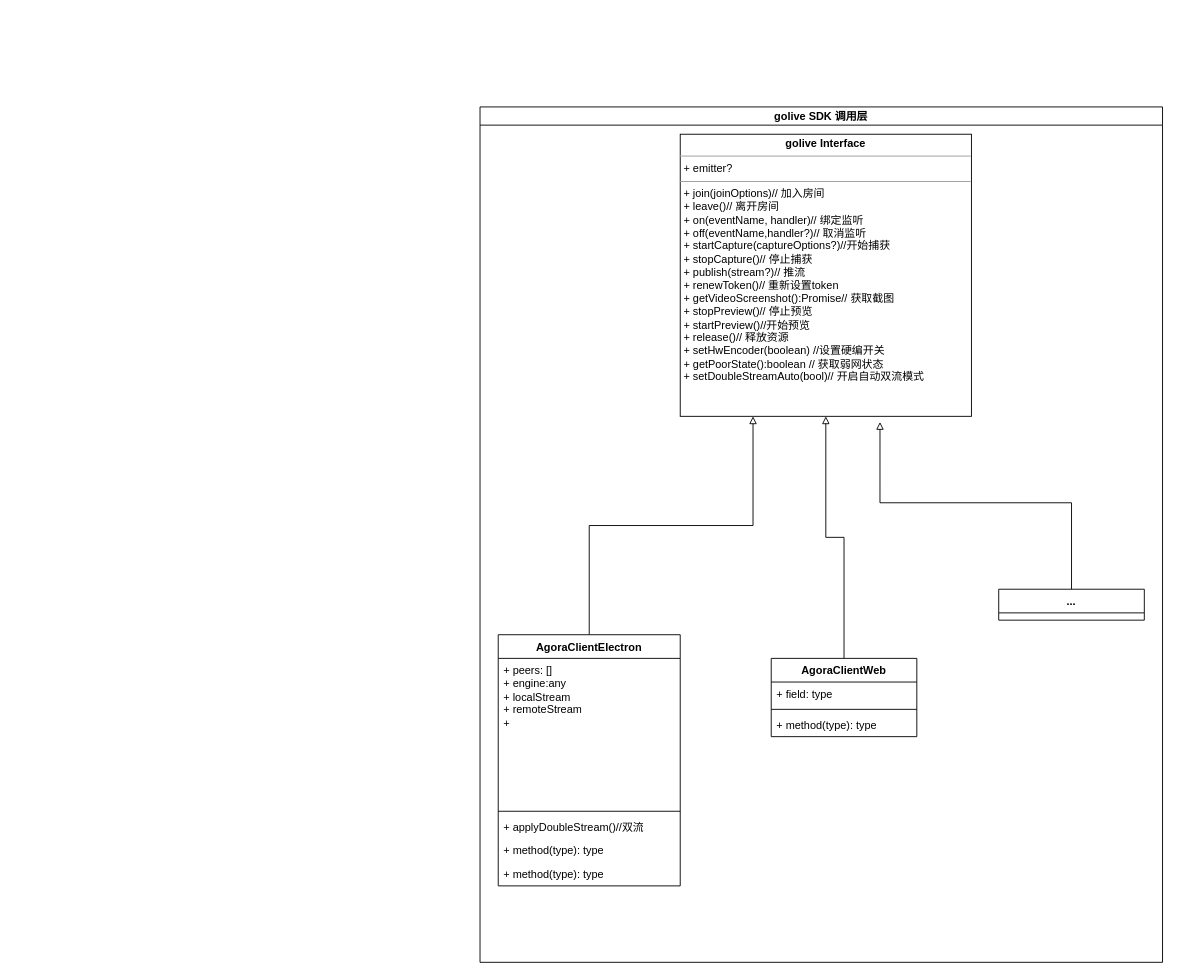
This is golive接口类.drawio from ccccccp/draw-io, a draw.io file, before an edit. Source tidied: cells renumbered, new cells numbered last; positions are measured from the earlier drawing's top-left corner, leaving out a move shared by most shapes. Both pictures are drawn from the tidied source at 91%, with x=0, y=0 at pixel (480, 106).
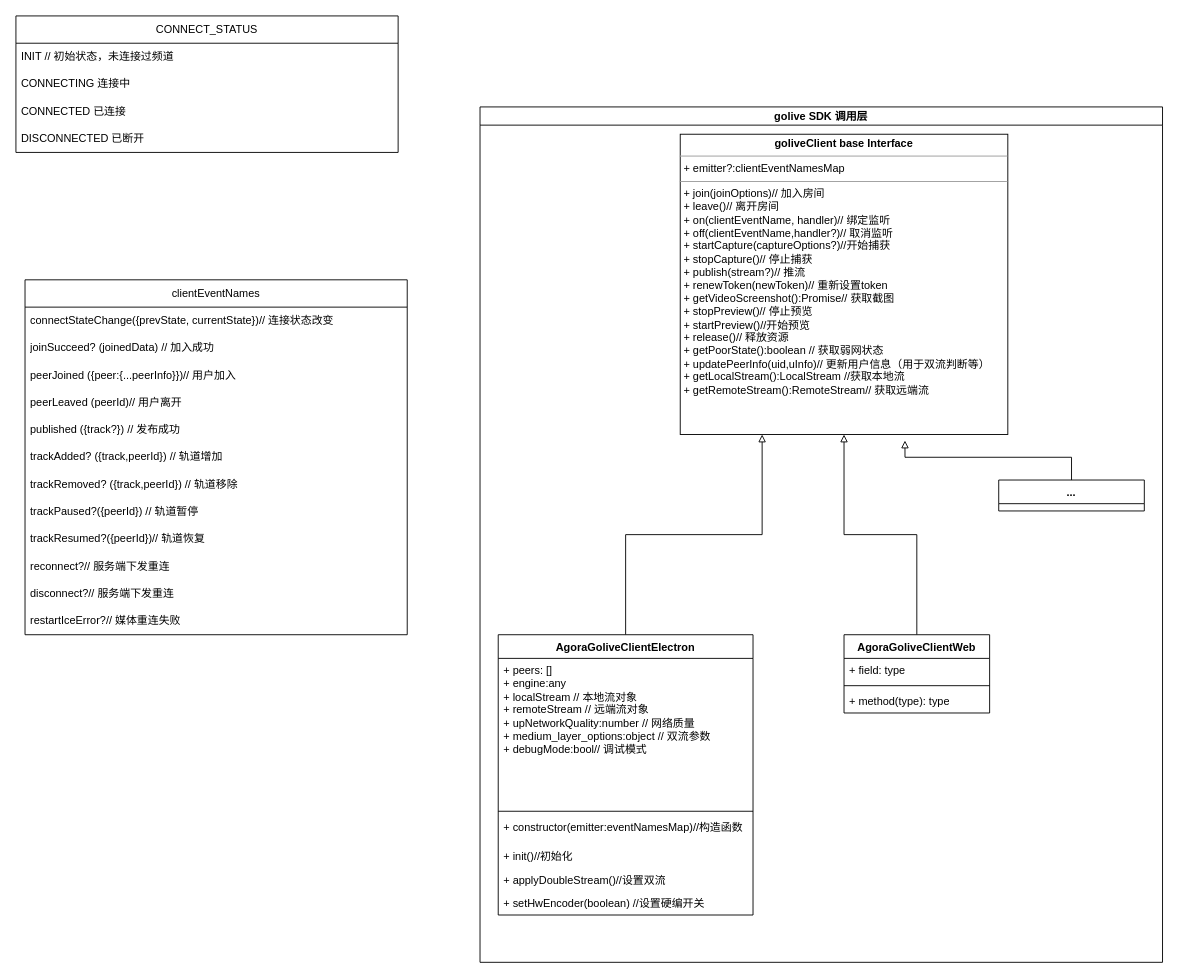
The same diagram, later.

Commit message:
更新golive接口类.drawio

Unchanged cells that the change refers to:
```xml
<mxCell id="2" value="golive SDK 调用层" style="swimlane;startSize=20;horizontal=1;containerType=tree;" parent="1" vertex="1">
  <mxGeometry width="750" height="940" as="geometry" />
</mxCell>
```

The edit, as a diff of the source:
```diff
@@
-    <mxCell id="3" value="&lt;p style=&quot;margin:0px;margin-top:4px;text-align:center;&quot;&gt;&lt;b&gt;golive Interface&lt;/b&gt;&lt;/p&gt;&lt;hr size=&quot;1&quot;&gt;&lt;p style=&quot;margin:0px;margin-left:4px;&quot;&gt;+ emitter?&lt;br&gt;&lt;/p&gt;&lt;hr size=&quot;1&quot;&gt;&lt;p style=&quot;margin:0px;margin-left:4px;&quot;&gt;+ join(joinOptions)// 加入房间&lt;br&gt;+ leave()// 离开房间&lt;/p&gt;&lt;p style=&quot;margin:0px;margin-left:4px;&quot;&gt;+ on(eventName, handler)// 绑定监听&lt;/p&gt;&lt;p style=&quot;margin:0px;margin-left:4px;&quot;&gt;+ off(eventName,handler?)// 取消监听&lt;/p&gt;&lt;p style=&quot;margin:0px;margin-left:4px;&quot;&gt;+ startCapture(captureOptions?)//开始捕获&lt;/p&gt;&lt;p style=&quot;margin:0px;margin-left:4px;&quot;&gt;+ stopCapture()// 停止捕获&lt;/p&gt;&lt;p style=&quot;margin:0px;margin-left:4px;&quot;&gt;+ publish(stream?)// 推流&lt;/p&gt;&lt;p style=&quot;margin:0px;margin-left:4px;&quot;&gt;+ renewToken()// 重新设置token&lt;/p&gt;&lt;p style=&quot;margin:0px;margin-left:4px;&quot;&gt;+&amp;nbsp;getVideoScreenshot():Promise// 获取截图&lt;/p&gt;&lt;p style=&quot;margin:0px;margin-left:4px;&quot;&gt;+ stopPreview()// 停止预览&lt;/p&gt;&lt;p style=&quot;margin:0px;margin-left:4px;&quot;&gt;+ startPreview()//开始预览&lt;/p&gt;&lt;p style=&quot;margin:0px;margin-left:4px;&quot;&gt;+ release()// 释放资源&lt;/p&gt;&lt;p style=&quot;margin:0px;margin-left:4px;&quot;&gt;+&amp;nbsp;setHwEncoder(boolean) //设置硬编开关&lt;/p&gt;&lt;p style=&quot;margin:0px;margin-left:4px;&quot;&gt;+&amp;nbsp;getPoorState():boolean // 获取弱网状态&lt;/p&gt;&lt;p style=&quot;margin:0px;margin-left:4px;&quot;&gt;+ setDoubleStreamAuto(bool)// 开启自动双流模式&lt;/p&gt;&lt;p style=&quot;margin:0px;margin-left:4px;&quot;&gt;&lt;br&gt;&lt;/p&gt;" style="verticalAlign=top;align=left;overflow=fill;fontSize=12;fontFamily=Helvetica;html=1;whiteSpace=wrap;" parent="2" vertex="1">
-      <mxGeometry x="220" y="30" width="320" height="310" as="geometry" />
+    <mxCell id="3" value="&lt;p style=&quot;margin:0px;margin-top:4px;text-align:center;&quot;&gt;&lt;b&gt;goliveClient base Interface&lt;/b&gt;&lt;/p&gt;&lt;hr size=&quot;1&quot;&gt;&lt;p style=&quot;margin:0px;margin-left:4px;&quot;&gt;+ emitter?:clientEventNamesMap&lt;br&gt;&lt;/p&gt;&lt;hr size=&quot;1&quot;&gt;&lt;p style=&quot;margin:0px;margin-left:4px;&quot;&gt;+ join(joinOptions)// 加入房间&lt;br&gt;+ leave()// 离开房间&lt;/p&gt;&lt;p style=&quot;margin:0px;margin-left:4px;&quot;&gt;+ on(clientEventName, handler)// 绑定监听&lt;/p&gt;&lt;p style=&quot;margin:0px;margin-left:4px;&quot;&gt;+ off(clientEventName,handler?)// 取消监听&lt;/p&gt;&lt;p style=&quot;margin:0px;margin-left:4px;&quot;&gt;+ startCapture(captureOptions?)//开始捕获&lt;/p&gt;&lt;p style=&quot;margin:0px;margin-left:4px;&quot;&gt;+ stopCapture()// 停止捕获&lt;/p&gt;&lt;p style=&quot;margin:0px;margin-left:4px;&quot;&gt;+ publish(stream?)// 推流&lt;/p&gt;&lt;p style=&quot;margin:0px;margin-left:4px;&quot;&gt;+ renewToken(newToken)// 重新设置token&lt;/p&gt;&lt;p style=&quot;margin:0px;margin-left:4px;&quot;&gt;+&amp;nbsp;getVideoScreenshot():Promise// 获取截图&lt;/p&gt;&lt;p style=&quot;margin:0px;margin-left:4px;&quot;&gt;+ stopPreview()// 停止预览&lt;/p&gt;&lt;p style=&quot;margin:0px;margin-left:4px;&quot;&gt;+ startPreview()//开始预览&lt;/p&gt;&lt;p style=&quot;margin:0px;margin-left:4px;&quot;&gt;+ release()// 释放资源&lt;/p&gt;&lt;p style=&quot;margin:0px;margin-left:4px;&quot;&gt;+&amp;nbsp;getPoorState():boolean // 获取弱网状态&lt;br&gt;&lt;/p&gt;&lt;p style=&quot;margin:0px;margin-left:4px;&quot;&gt;+ updatePeerInfo(uid,uInfo)// 更新用户信息（用于双流判断等）&lt;/p&gt;&lt;p style=&quot;margin:0px;margin-left:4px;&quot;&gt;+ getLocalStream():LocalStream //获取本地流&lt;/p&gt;&lt;p style=&quot;margin:0px;margin-left:4px;&quot;&gt;+ getRemoteStream():RemoteStream// 获取远端流&lt;/p&gt;" style="verticalAlign=top;align=left;overflow=fill;fontSize=12;fontFamily=Helvetica;html=1;whiteSpace=wrap;" parent="2" vertex="1">
+      <mxGeometry x="220" y="30" width="360" height="330" as="geometry" />
     </mxCell>
@@
-    <mxCell id="5" value="AgoraClientElectron" style="swimlane;fontStyle=1;align=center;verticalAlign=top;horizontal=1;startSize=26;whiteSpace=wrap;html=1;" parent="2" vertex="1">
-      <mxGeometry x="20" y="580" width="200" height="276" as="geometry" />
+    <mxCell id="5" value="AgoraGoliveClientElectron" style="swimlane;fontStyle=1;align=center;verticalAlign=top;horizontal=1;startSize=26;whiteSpace=wrap;html=1;" parent="2" vertex="1">
+      <mxGeometry x="20" y="580" width="280" height="308" as="geometry" />
     </mxCell>
-    <mxCell id="6" value="+ peers: []&lt;br&gt;+ engine:any&lt;br&gt;+ localStream&lt;br&gt;+ remoteStream&lt;br&gt;+&amp;nbsp;" style="text;strokeColor=none;fillColor=none;align=left;verticalAlign=top;spacingLeft=4;spacingRight=4;overflow=hidden;whiteSpace=wrap;html=1;" parent="5" vertex="1">
-      <mxGeometry y="26" width="200" height="164" as="geometry" />
+    <mxCell id="6" value="+ peers: []&lt;br&gt;+ engine:any&lt;br&gt;+ localStream // 本地流对象&lt;br&gt;+ remoteStream // 远端流对象&lt;br&gt;+ upNetworkQuality:number // 网络质量&lt;br&gt;+&amp;nbsp;medium_layer_options:object // 双流参数&lt;br&gt;+&amp;nbsp;debugMode:bool// 调试模式" style="text;strokeColor=none;fillColor=none;align=left;verticalAlign=top;spacingLeft=4;spacingRight=4;overflow=hidden;whiteSpace=wrap;html=1;" parent="5" vertex="1">
+      <mxGeometry y="26" width="280" height="164" as="geometry" />
     </mxCell>
     <mxCell id="7" style="line;strokeWidth=1;fillColor=none;align=left;verticalAlign=middle;spacingTop=-1;spacingLeft=3;spacingRight=3;labelPosition=right;strokeColor=inherit;" parent="5" vertex="1">
-      <mxGeometry y="190" width="200" height="8" as="geometry" />
+      <mxGeometry y="190" width="280" height="8" as="geometry" />
     </mxCell>
+    <mxCell id="18" value="+ constructor&lt;span style=&quot;background-color: initial;&quot;&gt;(emitter:eventNamesMap)//构造函数&lt;/span&gt;" style="text;strokeColor=none;fillColor=none;align=left;verticalAlign=top;spacingLeft=4;spacingRight=4;overflow=hidden;whiteSpace=wrap;html=1;" parent="5" vertex="1">
+      <mxGeometry y="198" width="280" height="32" as="geometry" />
+    </mxCell>
-    <mxCell id="8" value="+&amp;nbsp;applyDoubleStream&lt;span style=&quot;background-color: initial;&quot;&gt;()//双流&lt;/span&gt;" style="text;strokeColor=none;fillColor=none;align=left;verticalAlign=top;spacingLeft=4;spacingRight=4;overflow=hidden;whiteSpace=wrap;html=1;" parent="5" vertex="1">
-      <mxGeometry y="198" width="200" height="26" as="geometry" />
+    <mxCell id="8" value="+ init&lt;span style=&quot;background-color: initial;&quot;&gt;()//初始化&lt;/span&gt;" style="text;strokeColor=none;fillColor=none;align=left;verticalAlign=top;spacingLeft=4;spacingRight=4;overflow=hidden;whiteSpace=wrap;html=1;" parent="5" vertex="1">
+      <mxGeometry y="230" width="280" height="26" as="geometry" />
     </mxCell>
-    <mxCell id="9" value="+ method(type): type" style="text;strokeColor=none;fillColor=none;align=left;verticalAlign=top;spacingLeft=4;spacingRight=4;overflow=hidden;whiteSpace=wrap;html=1;" parent="5" vertex="1">
-      <mxGeometry y="224" width="200" height="26" as="geometry" />
+    <mxCell id="9" value="+&amp;nbsp;applyDoubleStream()//设置双流" style="text;strokeColor=none;fillColor=none;align=left;verticalAlign=top;spacingLeft=4;spacingRight=4;overflow=hidden;whiteSpace=wrap;html=1;" parent="5" vertex="1">
+      <mxGeometry y="256" width="280" height="26" as="geometry" />
     </mxCell>
-    <mxCell id="10" value="+ method(type): type" style="text;strokeColor=none;fillColor=none;align=left;verticalAlign=top;spacingLeft=4;spacingRight=4;overflow=hidden;whiteSpace=wrap;html=1;" parent="5" vertex="1">
-      <mxGeometry y="250" width="200" height="26" as="geometry" />
+    <mxCell id="10" value="+&amp;nbsp;setHwEncoder(boolean) //设置硬编开关" style="text;strokeColor=none;fillColor=none;align=left;verticalAlign=top;spacingLeft=4;spacingRight=4;overflow=hidden;whiteSpace=wrap;html=1;" parent="5" vertex="1">
+      <mxGeometry y="282" width="280" height="26" as="geometry" />
     </mxCell>
@@
-    <mxCell id="12" value="AgoraClientWeb" style="swimlane;fontStyle=1;align=center;verticalAlign=top;horizontal=1;startSize=26;whiteSpace=wrap;html=1;" parent="2" vertex="1">
-      <mxGeometry x="320" y="606" width="160" height="86" as="geometry" />
+    <mxCell id="12" value="AgoraGoliveClientWeb" style="swimlane;fontStyle=1;align=center;verticalAlign=top;horizontal=1;startSize=26;whiteSpace=wrap;html=1;" parent="2" vertex="1">
+      <mxGeometry x="400" y="580" width="160" height="86" as="geometry" />
     </mxCell>
@@
     <mxCell id="16" value="..." style="swimlane;fontStyle=1;align=center;verticalAlign=top;horizontal=1;startSize=26;whiteSpace=wrap;html=1;strokeColor=default;" parent="2" vertex="1">
-      <mxGeometry x="570" y="530" width="160" height="34" as="geometry" />
+      <mxGeometry x="570" y="410" width="160" height="34" as="geometry" />
     </mxCell>
@@
+    <mxCell id="19" value="clientEventNames" style="swimlane;fontStyle=0;horizontal=1;startSize=30;whiteSpace=wrap;html=1;" parent="1" vertex="1">
+      <mxGeometry x="-500" y="190" width="420" height="390" as="geometry" />
+    </mxCell>
+    <mxCell id="20" value="connectStateChange({prevState, currentState&lt;span style=&quot;background-color: initial;&quot;&gt;})// 连接状态改变&lt;/span&gt;" style="text;strokeColor=none;fillColor=none;align=left;verticalAlign=middle;spacingLeft=4;spacingRight=4;overflow=hidden;whiteSpace=wrap;html=1;" parent="19" vertex="1">
+      <mxGeometry y="30" width="420" height="30" as="geometry" />
+    </mxCell>
+    <mxCell id="21" value="joinSucceed? (joinedData) // 加入成功" style="text;strokeColor=none;fillColor=none;align=left;verticalAlign=middle;spacingLeft=4;spacingRight=4;overflow=hidden;whiteSpace=wrap;html=1;" parent="19" vertex="1">
+      <mxGeometry y="60" width="420" height="30" as="geometry" />
+    </mxCell>
+    <mxCell id="22" value="peerJoined ({peer:{...peerInfo}})// 用户加入" style="text;strokeColor=none;fillColor=none;align=left;verticalAlign=middle;spacingLeft=4;spacingRight=4;overflow=hidden;whiteSpace=wrap;html=1;" parent="19" vertex="1">
+      <mxGeometry y="90" width="420" height="30" as="geometry" />
+    </mxCell>
+    <mxCell id="23" value="peerLeaved (peerId)// 用户离开" style="text;strokeColor=none;fillColor=none;align=left;verticalAlign=middle;spacingLeft=4;spacingRight=4;overflow=hidden;whiteSpace=wrap;html=1;" parent="19" vertex="1">
+      <mxGeometry y="120" width="420" height="30" as="geometry" />
+    </mxCell>
+    <mxCell id="24" value="published ({track?}) // 发布成功" style="text;strokeColor=none;fillColor=none;align=left;verticalAlign=middle;spacingLeft=4;spacingRight=4;overflow=hidden;whiteSpace=wrap;html=1;" parent="19" vertex="1">
+      <mxGeometry y="150" width="420" height="30" as="geometry" />
+    </mxCell>
+    <mxCell id="25" value="trackAdded? ({track,peerId}) // 轨道增加" style="text;strokeColor=none;fillColor=none;align=left;verticalAlign=middle;spacingLeft=4;spacingRight=4;overflow=hidden;whiteSpace=wrap;html=1;" parent="19" vertex="1">
+      <mxGeometry y="180" width="420" height="30" as="geometry" />
+    </mxCell>
+    <mxCell id="26" value="trackRemoved? ({track,peerId}) // 轨道移除" style="text;strokeColor=none;fillColor=none;align=left;verticalAlign=middle;spacingLeft=4;spacingRight=4;overflow=hidden;whiteSpace=wrap;html=1;" parent="19" vertex="1">
+      <mxGeometry y="210" width="420" height="30" as="geometry" />
+    </mxCell>
+    <mxCell id="27" value="trackPaused?({peerId}) // 轨道暂停" style="text;strokeColor=none;fillColor=none;align=left;verticalAlign=middle;spacingLeft=4;spacingRight=4;overflow=hidden;whiteSpace=wrap;html=1;" parent="19" vertex="1">
+      <mxGeometry y="240" width="420" height="30" as="geometry" />
+    </mxCell>
+    <mxCell id="28" value="trackResumed?({peerId})// 轨道恢复" style="text;strokeColor=none;fillColor=none;align=left;verticalAlign=middle;spacingLeft=4;spacingRight=4;overflow=hidden;whiteSpace=wrap;html=1;" parent="19" vertex="1">
+      <mxGeometry y="270" width="420" height="30" as="geometry" />
+    </mxCell>
+    <mxCell id="29" value="reconnect?// 服务端下发重连" style="text;strokeColor=none;fillColor=none;align=left;verticalAlign=middle;spacingLeft=4;spacingRight=4;overflow=hidden;whiteSpace=wrap;html=1;" parent="19" vertex="1">
+      <mxGeometry y="300" width="420" height="30" as="geometry" />
+    </mxCell>
+    <mxCell id="30" value="disconnect?// 服务端下发重连" style="text;strokeColor=none;fillColor=none;align=left;verticalAlign=middle;spacingLeft=4;spacingRight=4;overflow=hidden;whiteSpace=wrap;html=1;" parent="19" vertex="1">
+      <mxGeometry y="330" width="420" height="30" as="geometry" />
+    </mxCell>
+    <mxCell id="31" value="restartIceError?// 媒体重连失败" style="text;strokeColor=none;fillColor=none;align=left;verticalAlign=middle;spacingLeft=4;spacingRight=4;overflow=hidden;whiteSpace=wrap;html=1;" parent="19" vertex="1">
+      <mxGeometry y="360" width="420" height="30" as="geometry" />
+    </mxCell>
+    <mxCell id="32" value="CONNECT_STATUS" style="swimlane;fontStyle=0;horizontal=1;startSize=30;whiteSpace=wrap;html=1;" parent="1" vertex="1">
+      <mxGeometry x="-510" y="-100" width="420" height="150" as="geometry" />
+    </mxCell>
+    <mxCell id="33" value="&lt;span style=&quot;background-color: initial;&quot;&gt;INIT // 初始状态，未连接过频道&lt;/span&gt;" style="text;strokeColor=none;fillColor=none;align=left;verticalAlign=middle;spacingLeft=4;spacingRight=4;overflow=hidden;whiteSpace=wrap;html=1;" parent="32" vertex="1">
+      <mxGeometry y="30" width="420" height="30" as="geometry" />
+    </mxCell>
+    <mxCell id="34" value="CONNECTING 连接中" style="text;strokeColor=none;fillColor=none;align=left;verticalAlign=middle;spacingLeft=4;spacingRight=4;overflow=hidden;whiteSpace=wrap;html=1;" parent="32" vertex="1">
+      <mxGeometry y="60" width="420" height="30" as="geometry" />
+    </mxCell>
+    <mxCell id="35" value="CONNECTED 已连接" style="text;strokeColor=none;fillColor=none;align=left;verticalAlign=middle;spacingLeft=4;spacingRight=4;overflow=hidden;whiteSpace=wrap;html=1;" parent="32" vertex="1">
+      <mxGeometry y="90" width="420" height="30" as="geometry" />
+    </mxCell>
+    <mxCell id="36" value="DISCONNECTED 已断开" style="text;strokeColor=none;fillColor=none;align=left;verticalAlign=middle;spacingLeft=4;spacingRight=4;overflow=hidden;whiteSpace=wrap;html=1;" parent="32" vertex="1">
+      <mxGeometry y="120" width="420" height="30" as="geometry" />
+    </mxCell>
```
